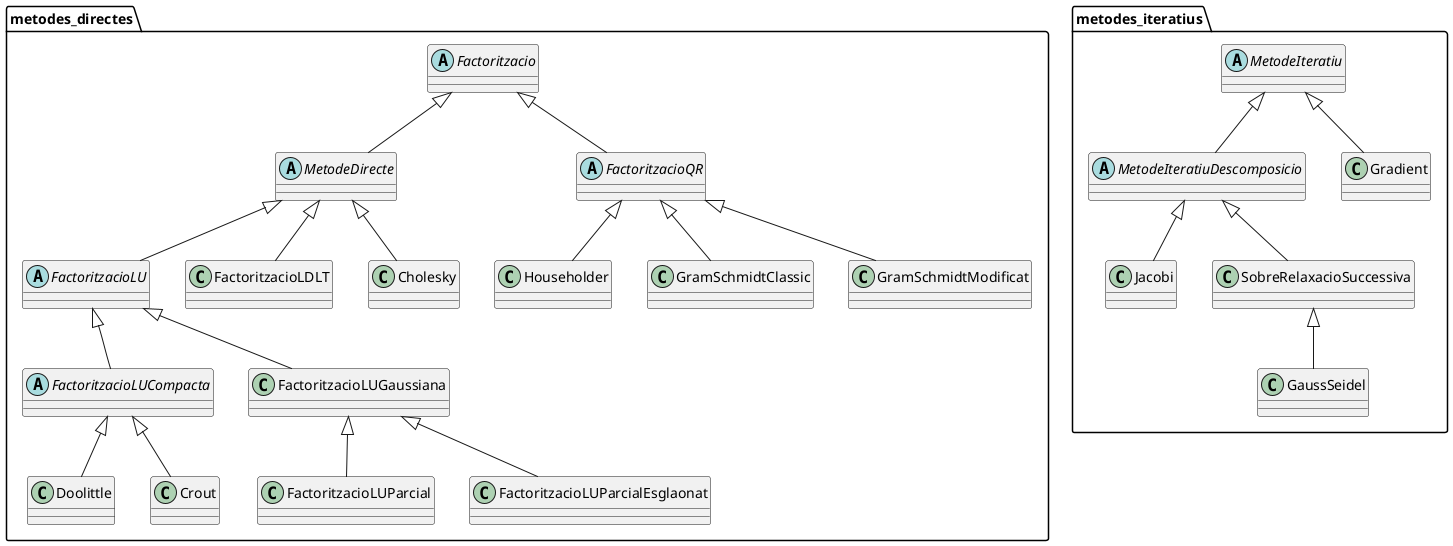
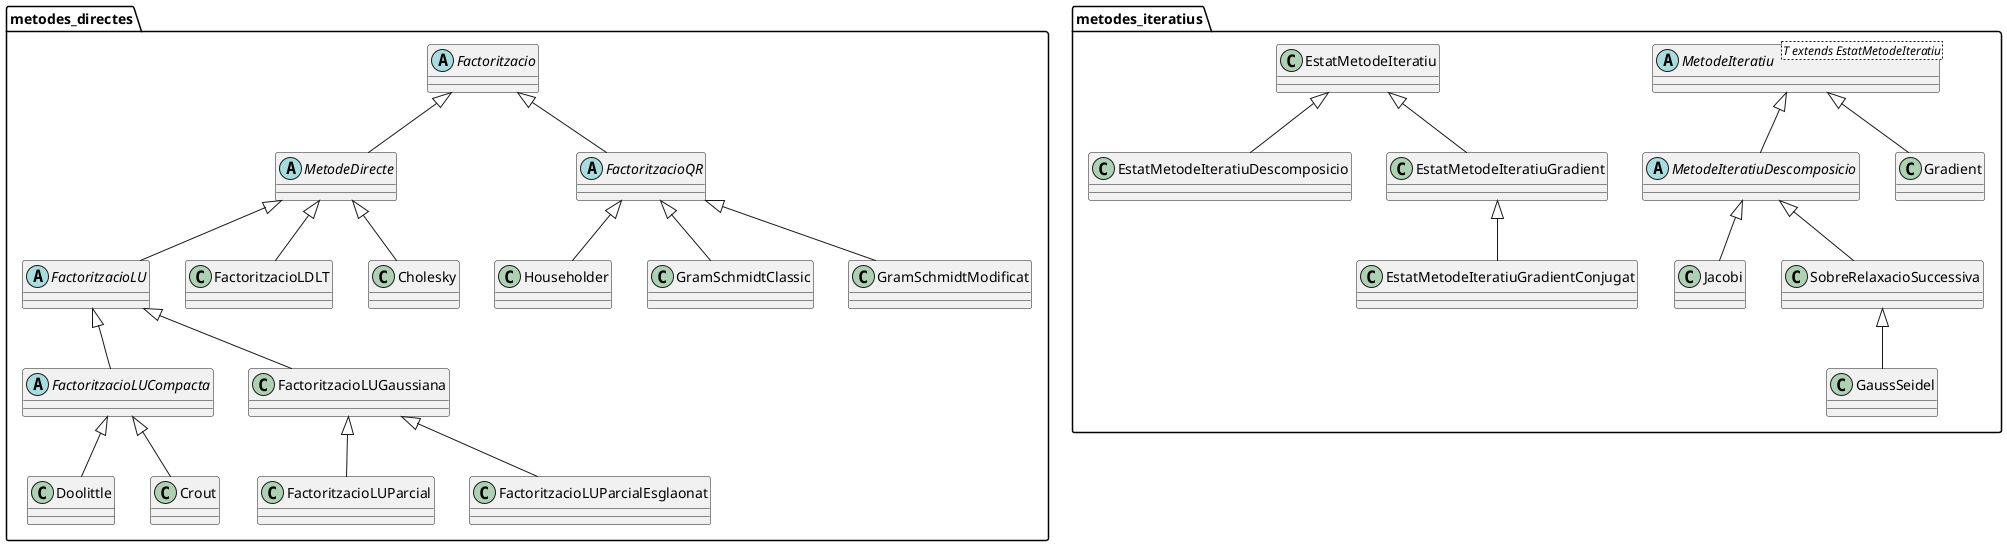
@startuml
'https://plantuml.com/class-diagram

namespace metodes_directes {
    abstract class Factoritzacio
    abstract class MetodeDirecte extends Factoritzacio
    abstract class FactoritzacioLU extends MetodeDirecte
    abstract class FactoritzacioLUCompacta extends FactoritzacioLU
    class FactoritzacioLUGaussiana extends FactoritzacioLU

    class FactoritzacioLUParcial extends FactoritzacioLUGaussiana
    class FactoritzacioLUParcialEsglaonat extends FactoritzacioLUGaussiana

    class Doolittle extends FactoritzacioLUCompacta
    class Crout extends FactoritzacioLUCompacta

    class FactoritzacioLDLT extends MetodeDirecte
    class Cholesky extends MetodeDirecte

    abstract class FactoritzacioQR extends Factoritzacio
    class Householder extends FactoritzacioQR
    class GramSchmidtClassic extends FactoritzacioQR
    class GramSchmidtModificat extends FactoritzacioQR
}

namespace metodes_iteratius {
-     abstract class MetodeIteratiu
+     abstract class MetodeIteratiu<T extends EstatMetodeIteratiu>
    abstract class MetodeIteratiuDescomposicio extends MetodeIteratiu
    class Jacobi extends MetodeIteratiuDescomposicio
    class SobreRelaxacioSuccessiva extends MetodeIteratiuDescomposicio
    class GaussSeidel extends SobreRelaxacioSuccessiva

    class Gradient extends MetodeIteratiu
+ 
+     class EstatMetodeIteratiu
+     class EstatMetodeIteratiuDescomposicio extends EstatMetodeIteratiu
+     class EstatMetodeIteratiuGradient extends EstatMetodeIteratiu
+     class EstatMetodeIteratiuGradientConjugat extends EstatMetodeIteratiuGradient
}
@enduml